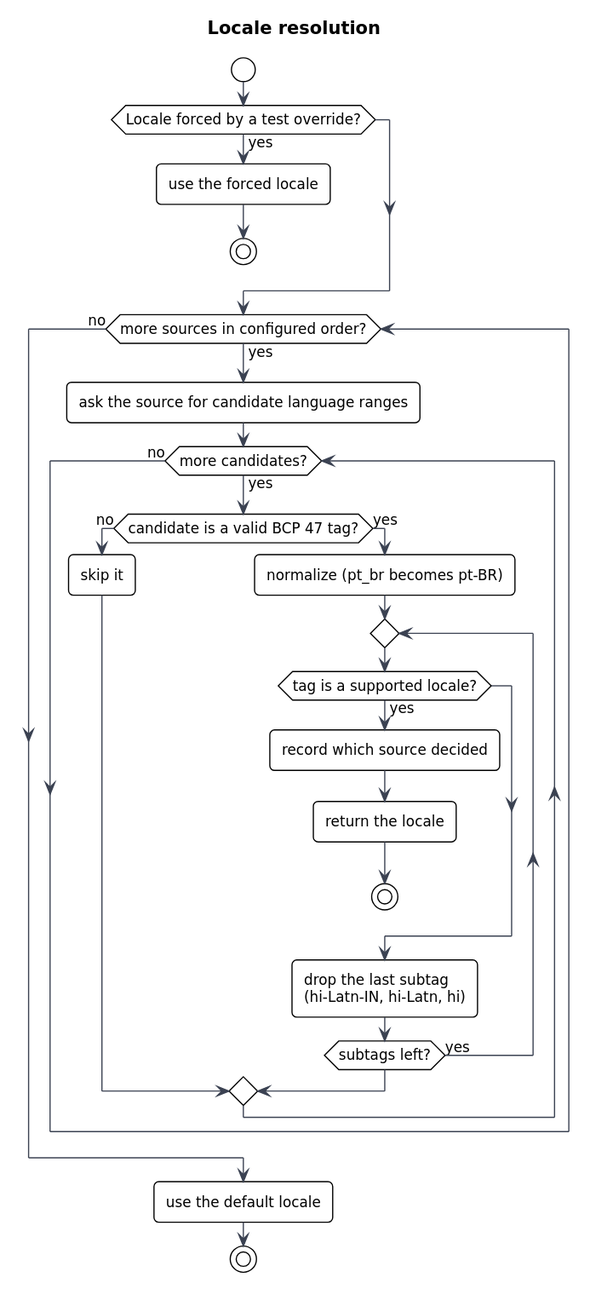
The PlantUML diagram docs/diagrams/activity-locale-resolution.svg in fastapi-extensions/fastapi-locale, before a commit. Its source is kept beside it as docs/diagrams/activity-locale-resolution.puml.
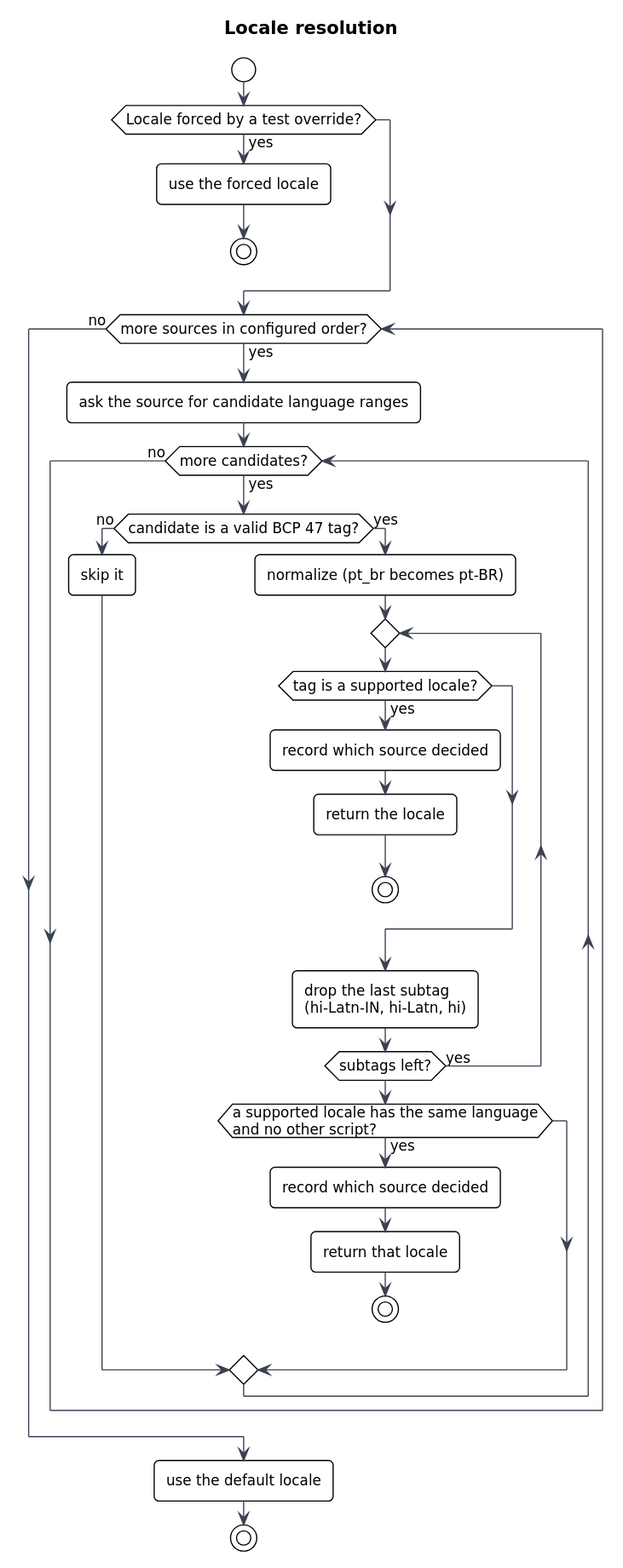
The same file after the commit.

Diff of the diagram source:
```diff
@@ -22,6 +22,11 @@
         endif
         :drop the last subtag\n(hi-Latn-IN, hi-Latn, hi);
       repeat while (subtags left?) is (yes)
+      if (a supported locale has the same language\nand no other script?) then (yes)
+        :record which source decided;
+        :return that locale;
+        stop
+      endif
     endif
   endwhile (no)
 endwhile (no)
```
